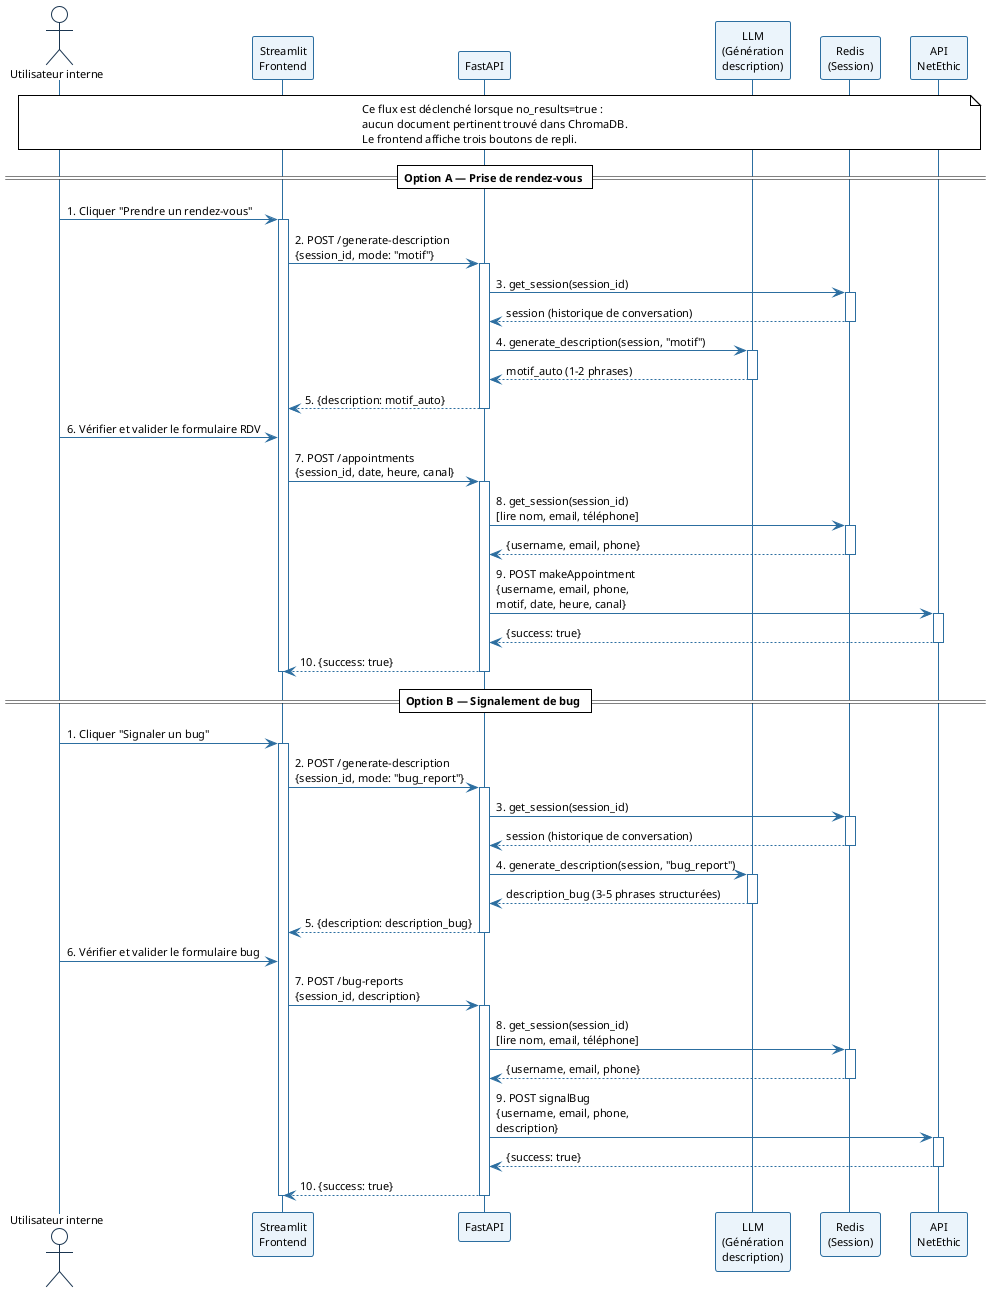
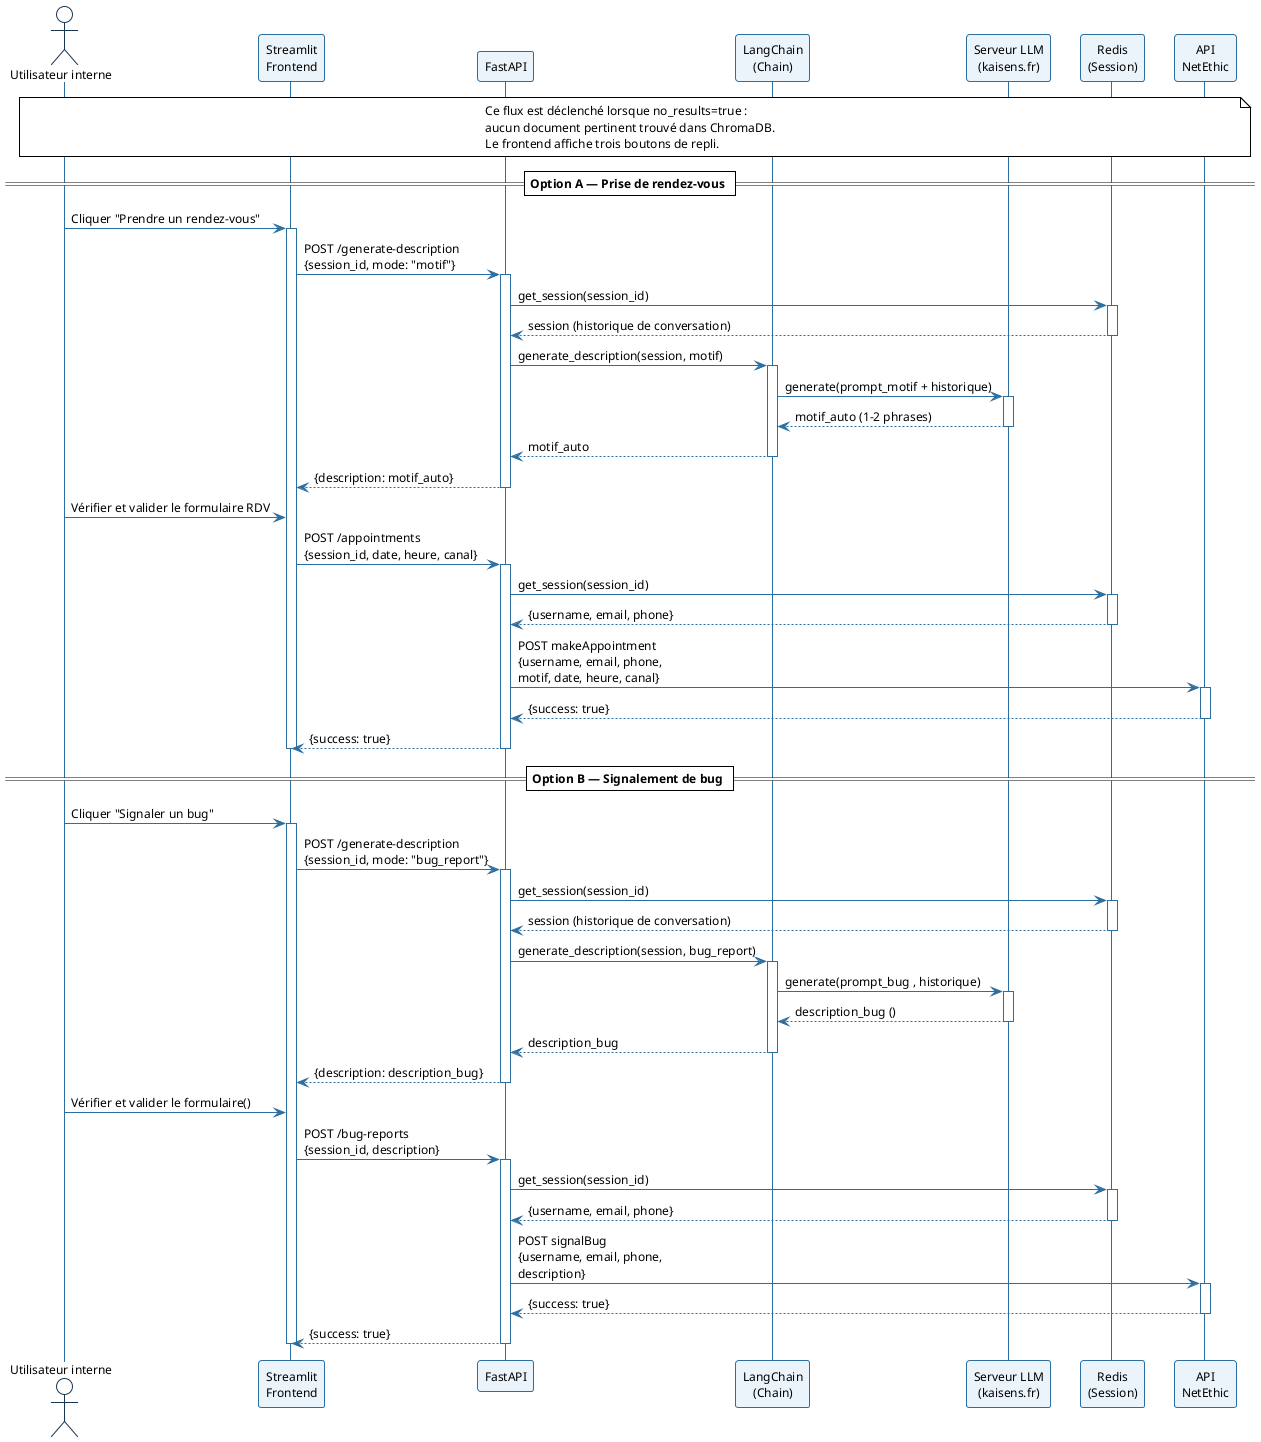
- ﻿@startuml sequence_support_repli
+ @startuml sequence_support_repli
!theme plain
skinparam sequenceArrowColor #2C6EA0
skinparam sequenceLifeLineBorderColor #2C6EA0
skinparam sequenceParticipantBorderColor #2C6EA0
skinparam sequenceParticipantBackgroundColor #EBF4FB
skinparam sequenceActorBorderColor #1A3550
skinparam sequenceGroupBorderColor #888888
skinparam defaultFontName Arial
- skinparam defaultFontSize 11
+ skinparam defaultFontSize 12


actor "Utilisateur interne" as U
participant "Streamlit\nFrontend" as FE
participant "FastAPI" as API
- participant "LLM\n(Génération\ndescription)" as LLM
+ participant "LangChain\n(Chain)" as LC
+ participant "Serveur LLM\n(kaisens.fr)" as LLM
participant "Redis\n(Session)" as Redis
participant "API\nNetEthic" as NetEthic

note over U, NetEthic
  Ce flux est déclenché lorsque no_results=true :
  aucun document pertinent trouvé dans ChromaDB.
  Le frontend affiche trois boutons de repli.
end note

== Option A — Prise de rendez-vous ==

- U -> FE : 1. Cliquer "Prendre un rendez-vous"
+ U -> FE : Cliquer "Prendre un rendez-vous"
activate FE

- FE -> API : 2. POST /generate-description\n{session_id, mode: "motif"}
+ FE -> API : POST /generate-description\n{session_id, mode: "motif"}
activate API

- API -> Redis : 3. get_session(session_id)
+ API -> Redis : get_session(session_id)
activate Redis
Redis --> API : session (historique de conversation)
deactivate Redis

- API -> LLM : 4. generate_description(session, "motif")
+ API -> LC : generate_description(session, motif)
+ activate LC
+ LC -> LLM : generate(prompt_motif + historique)
activate LLM
- LLM --> API : motif_auto (1-2 phrases)
+ LLM --> LC : motif_auto (1-2 phrases)
deactivate LLM
+ LC --> API : motif_auto
+ deactivate LC

- API --> FE : 5. {description: motif_auto}
+ API --> FE : {description: motif_auto}
deactivate API

- U -> FE : 6. Vérifier et valider le formulaire RDV
+ U -> FE : Vérifier et valider le formulaire RDV

- FE -> API : 7. POST /appointments\n{session_id, date, heure, canal}
+ FE -> API : POST /appointments\n{session_id, date, heure, canal}
activate API

- API -> Redis : 8. get_session(session_id)\n[lire nom, email, téléphone]
+ API -> Redis : get_session(session_id)
activate Redis
Redis --> API : {username, email, phone}
deactivate Redis

- API -> NetEthic : 9. POST makeAppointment\n{username, email, phone,\nmotif, date, heure, canal}
+ API -> NetEthic : POST makeAppointment\n{username, email, phone,\nmotif, date, heure, canal}
activate NetEthic
NetEthic --> API : {success: true}
deactivate NetEthic

- API --> FE : 10. {success: true}
+ API --> FE : {success: true}
deactivate API
deactivate FE

== Option B — Signalement de bug ==

- U -> FE : 1. Cliquer "Signaler un bug"
+ U -> FE : Cliquer "Signaler un bug"
activate FE

- FE -> API : 2. POST /generate-description\n{session_id, mode: "bug_report"}
+ FE -> API : POST /generate-description\n{session_id, mode: "bug_report"}
activate API

- API -> Redis : 3. get_session(session_id)
+ API -> Redis : get_session(session_id)
activate Redis
Redis --> API : session (historique de conversation)
deactivate Redis

- API -> LLM : 4. generate_description(session, "bug_report")
+ API -> LC : generate_description(session, bug_report)
+ activate LC
+ LC -> LLM : generate(prompt_bug , historique)
activate LLM
- LLM --> API : description_bug (3-5 phrases structurées)
+ LLM --> LC : description_bug ()
deactivate LLM
+ LC --> API : description_bug
+ deactivate LC

- API --> FE : 5. {description: description_bug}
+ API --> FE : {description: description_bug}
deactivate API

- U -> FE : 6. Vérifier et valider le formulaire bug
+ U -> FE : Vérifier et valider le formulaire()

- FE -> API : 7. POST /bug-reports\n{session_id, description}
+ FE -> API : POST /bug-reports\n{session_id, description}
activate API

- API -> Redis : 8. get_session(session_id)\n[lire nom, email, téléphone]
+ API -> Redis : get_session(session_id)
activate Redis
Redis --> API : {username, email, phone}
deactivate Redis

- API -> NetEthic : 9. POST signalBug\n{username, email, phone,\ndescription}
+ API -> NetEthic : POST signalBug\n{username, email, phone,\ndescription}
activate NetEthic
NetEthic --> API : {success: true}
deactivate NetEthic

- API --> FE : 10. {success: true}
+ API --> FE : {success: true}
deactivate API
deactivate FE

@enduml
